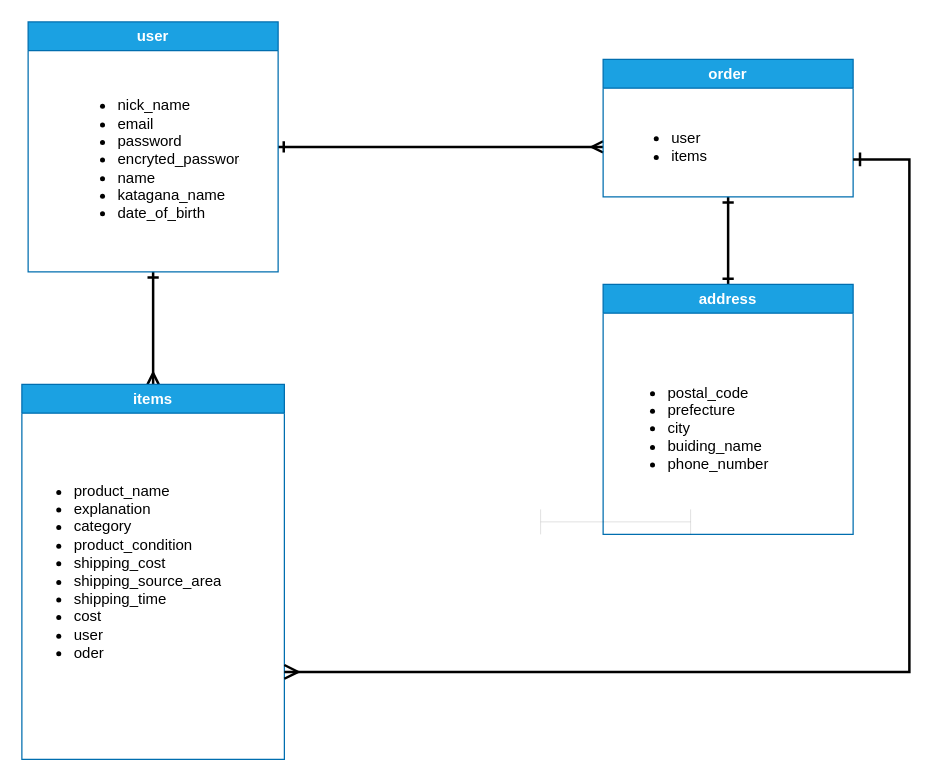
This is ES図.dio from HaNguyen32/furima-39623, a draw.io file, before an edit. Source tidied: cells renumbered, new cells numbered last; positions are measured from the earlier drawing's top-left corner, leaving out a move shared by most shapes. Both pictures are drawn from the tidied source at 125%, with x=0, y=0 at pixel (21, 21).
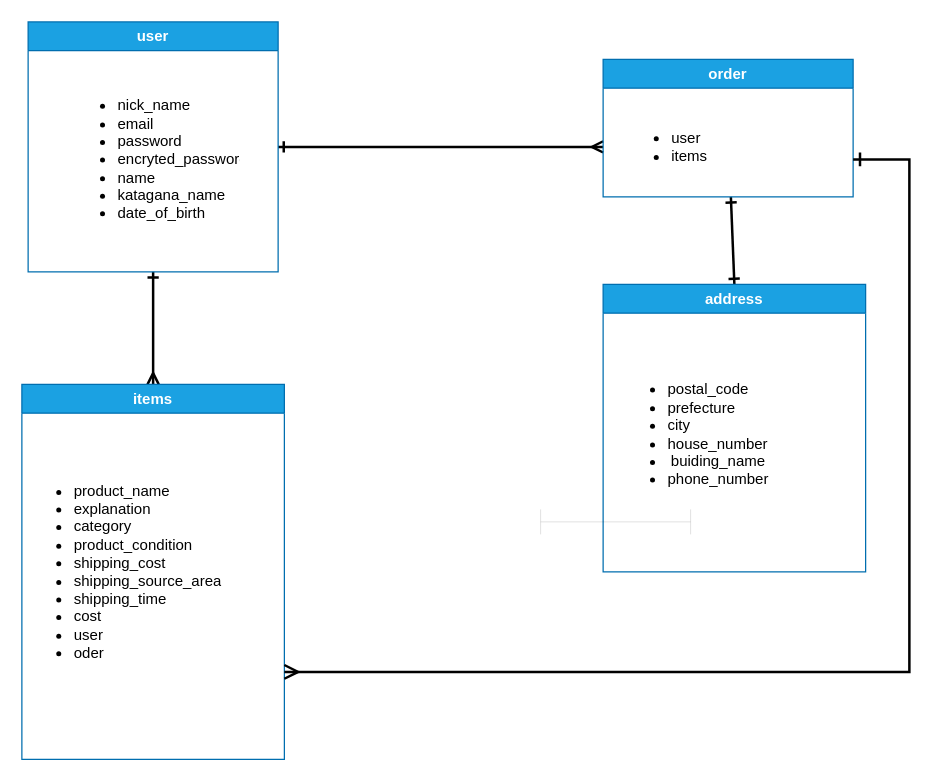
Above is the later version.

The edit, as a diff of the source:
```diff
@@
 <mxGraphModel>
   <root>
     <mxCell id="0" />
     <mxCell id="1" parent="0" />
     <mxCell id="2" style="edgeStyle=none;html=1;entryX=0.5;entryY=0;entryDx=0;entryDy=0;endArrow=ERmany;endFill=0;strokeWidth=2;startArrow=ERone;startFill=0;" parent="1" edge="1" source="4" target="6">
       <mxGeometry relative="1" as="geometry">
         <Array as="points">
           <mxPoint x="105" y="240" />
         </Array>
       </mxGeometry>
     </mxCell>
     <mxCell id="3" style="edgeStyle=none;html=1;strokeWidth=2;endArrow=ERmany;endFill=0;startArrow=ERone;startFill=0;" parent="1" edge="1" source="4">
       <mxGeometry relative="1" as="geometry">
         <mxPoint x="465" y="100" as="targetPoint" />
       </mxGeometry>
     </mxCell>
     <mxCell id="4" value="user" style="swimlane;whiteSpace=wrap;html=1;fillColor=#1ba1e2;fontColor=#ffffff;strokeColor=#006EAF;" parent="1" vertex="1">
       <mxGeometry x="5" width="200" height="200" as="geometry" />
     </mxCell>
     <mxCell id="5" value="&lt;ul&gt;&lt;li&gt;nick_name&lt;/li&gt;&lt;li&gt;email&lt;/li&gt;&lt;li&gt;password&lt;/li&gt;&lt;li&gt;&lt;span style=&quot;text-align: center;&quot;&gt;encryted_password&lt;/span&gt;&lt;br&gt;&lt;/li&gt;&lt;li&gt;&lt;span style=&quot;text-align: center;&quot;&gt;name&lt;br&gt;&lt;/span&gt;&lt;/li&gt;&lt;li&gt;&lt;span style=&quot;text-align: center;&quot;&gt;katagana_name&lt;br&gt;&lt;/span&gt;&lt;/li&gt;&lt;li&gt;&lt;span style=&quot;text-align: center;&quot;&gt;date_of_birth&lt;br&gt;&lt;/span&gt;&lt;/li&gt;&lt;/ul&gt;" style="text;strokeColor=none;fillColor=none;html=1;whiteSpace=wrap;verticalAlign=middle;overflow=hidden;" parent="4" vertex="1">
       <mxGeometry x="30" y="40" width="140" height="140" as="geometry" />
     </mxCell>
     <mxCell id="6" value="items" style="swimlane;whiteSpace=wrap;html=1;fillColor=#1ba1e2;fontColor=#ffffff;strokeColor=#006EAF;" parent="1" vertex="1">
       <mxGeometry y="290" width="210" height="300" as="geometry" />
     </mxCell>
     <mxCell id="7" value="&lt;ul&gt;&lt;li&gt;&lt;span style=&quot;text-align: center;&quot;&gt;product_name&lt;/span&gt;&lt;br&gt;&lt;/li&gt;&lt;li&gt;&lt;span style=&quot;text-align: center;&quot;&gt;explanation&lt;/span&gt;&lt;br&gt;&lt;/li&gt;&lt;li&gt;&lt;span style=&quot;text-align: center;&quot;&gt;category&lt;/span&gt;&lt;br&gt;&lt;/li&gt;&lt;li&gt;&lt;span style=&quot;text-align: center;&quot;&gt;product_condition&lt;br&gt;&lt;/span&gt;&lt;/li&gt;&lt;li&gt;&lt;span style=&quot;text-align: center;&quot;&gt;shipping_cost&lt;br&gt;&lt;/span&gt;&lt;/li&gt;&lt;li&gt;&lt;span style=&quot;text-align: center;&quot;&gt;shipping_source_area&lt;br&gt;&lt;/span&gt;&lt;/li&gt;&lt;li&gt;&lt;span style=&quot;text-align: center;&quot;&gt;shipping_time&lt;br&gt;&lt;/span&gt;&lt;/li&gt;&lt;li&gt;&lt;span style=&quot;text-align: center;&quot;&gt;cost&lt;br&gt;&lt;/span&gt;&lt;/li&gt;&lt;li&gt;&lt;span style=&quot;text-align: center;&quot;&gt;user&lt;br&gt;&lt;/span&gt;&lt;/li&gt;&lt;li&gt;&lt;span style=&quot;text-align: center;&quot;&gt;oder&lt;br&gt;&lt;/span&gt;&lt;/li&gt;&lt;/ul&gt;" style="text;strokeColor=none;fillColor=none;html=1;whiteSpace=wrap;verticalAlign=middle;overflow=hidden;" parent="6" vertex="1">
       <mxGeometry y="40" width="190" height="220" as="geometry" />
     </mxCell>
     <mxCell id="8" style="edgeStyle=none;html=1;entryX=0.5;entryY=0;entryDx=0;entryDy=0;strokeWidth=2;endArrow=ERone;endFill=0;startArrow=ERone;startFill=0;" parent="1" edge="1" source="9" target="11">
       <mxGeometry relative="1" as="geometry" />
     </mxCell>
     <mxCell id="9" value="order" style="swimlane;whiteSpace=wrap;html=1;fillColor=#1ba1e2;fontColor=#ffffff;strokeColor=#006EAF;" parent="1" vertex="1">
       <mxGeometry x="465" y="30" width="200" height="110" as="geometry" />
     </mxCell>
     <mxCell id="10" value="&lt;ul&gt;&lt;li&gt;user&lt;/li&gt;&lt;li&gt;items&lt;/li&gt;&lt;/ul&gt;" style="text;strokeColor=none;fillColor=none;html=1;whiteSpace=wrap;verticalAlign=middle;overflow=hidden;" parent="9" vertex="1">
       <mxGeometry x="12.5" y="40" width="175" height="60" as="geometry" />
     </mxCell>
     <mxCell id="11" value="address" style="swimlane;whiteSpace=wrap;html=1;fillColor=#1ba1e2;fontColor=#ffffff;strokeColor=#006EAF;" parent="1" vertex="1">
-      <mxGeometry x="465" y="210" width="200" height="200" as="geometry" />
+      <mxGeometry x="465" y="210" width="210" height="230" as="geometry" />
     </mxCell>
-    <mxCell id="12" value="&lt;ul&gt;&lt;li&gt;postal_code&lt;/li&gt;&lt;li&gt;&lt;span style=&quot;text-align: center;&quot;&gt;prefecture&lt;/span&gt;&lt;br&gt;&lt;/li&gt;&lt;li&gt;&lt;span style=&quot;text-align: center;&quot;&gt;city&lt;br&gt;&lt;/span&gt;&lt;/li&gt;&lt;li&gt;&lt;span style=&quot;text-align: center;&quot;&gt;buiding_name&lt;br&gt;&lt;/span&gt;&lt;/li&gt;&lt;li&gt;&lt;span style=&quot;text-align: center;&quot;&gt;phone_number&lt;br&gt;&lt;/span&gt;&lt;/li&gt;&lt;/ul&gt;" style="text;strokeColor=none;fillColor=none;html=1;whiteSpace=wrap;verticalAlign=middle;overflow=hidden;" parent="11" vertex="1">
-      <mxGeometry x="10" y="40" width="160" height="150" as="geometry" />
+    <mxCell id="12" value="&lt;ul&gt;&lt;li&gt;postal_code&lt;/li&gt;&lt;li&gt;&lt;span style=&quot;text-align: center;&quot;&gt;prefecture&lt;/span&gt;&lt;br&gt;&lt;/li&gt;&lt;li&gt;&lt;span style=&quot;text-align: center;&quot;&gt;city&lt;/span&gt;&lt;/li&gt;&lt;li&gt;&lt;span style=&quot;text-align: center;&quot;&gt;house_number&lt;/span&gt;&lt;/li&gt;&lt;li style=&quot;text-align: center;&quot;&gt;buiding_name&lt;/li&gt;&lt;li&gt;&lt;span style=&quot;text-align: center;&quot;&gt;phone_number&lt;br&gt;&lt;/span&gt;&lt;/li&gt;&lt;/ul&gt;" style="text;strokeColor=none;fillColor=none;html=1;whiteSpace=wrap;verticalAlign=middle;overflow=hidden;" parent="11" vertex="1">
+      <mxGeometry x="10" y="40" width="160" height="160" as="geometry" />
     </mxCell>
     <mxCell id="13" style="edgeStyle=segmentEdgeStyle;endArrow=ERmany;html=1;curved=0;rounded=0;endSize=8;startSize=8;strokeWidth=2;endFill=0;startArrow=ERone;startFill=0;" parent="1" edge="1">
       <mxGeometry relative="1" as="geometry">
         <mxPoint x="665" y="110" as="sourcePoint" />
         <mxPoint x="210" y="520" as="targetPoint" />
         <Array as="points">
           <mxPoint x="710" y="110" />
           <mxPoint x="710" y="520" />
           <mxPoint x="210" y="520" />
         </Array>
       </mxGeometry>
     </mxCell>
     <mxCell id="14" style="shape=crossbar;whiteSpace=wrap;html=1;rounded=1;strokeWidth=0;" parent="1" vertex="1">
       <mxGeometry x="415" y="390" width="120" height="20" as="geometry" />
     </mxCell>
   </root>
 </mxGraphModel>
```
